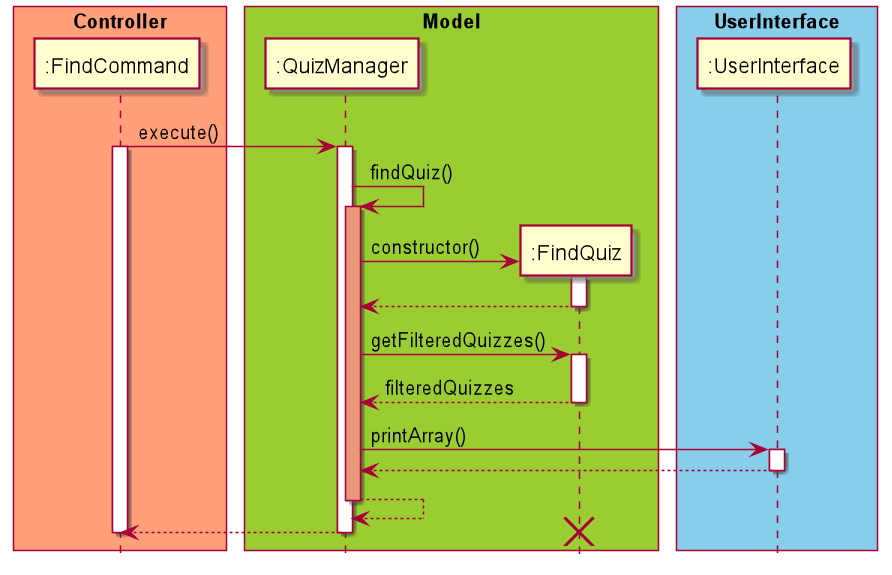
This is docs/diagram/FindQuiz.png from untitle4/tp, a PlantUML export, as it was before one commit.
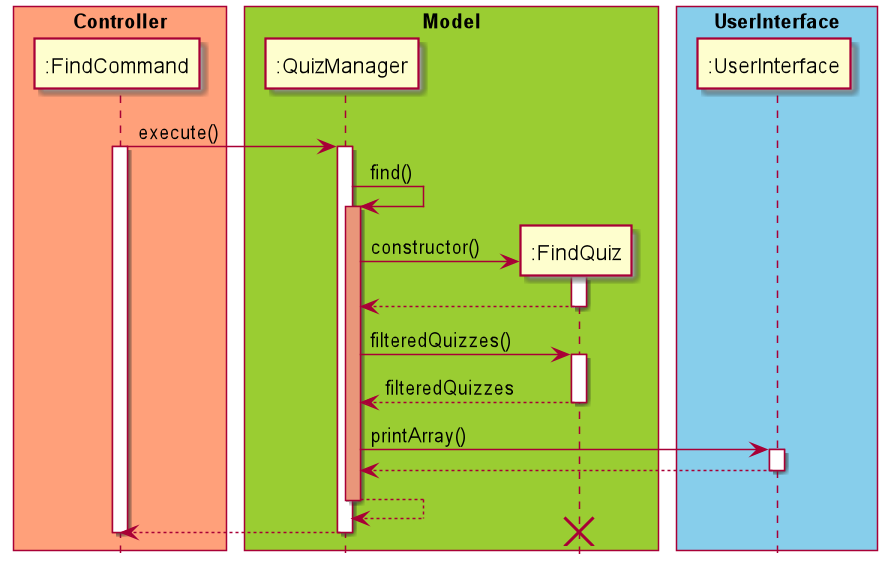
Above is the later version.

Commit message:
Update quiz UML diagrams for DG

What changed in the source:
```diff
@@ -20,13 +20,13 @@
 ":FindCommand" -> ":QuizManager" : execute()
 activate ":FindCommand"
 activate ":QuizManager"
-":QuizManager" -> ":QuizManager" : findQuiz()
+":QuizManager" -> ":QuizManager" : find()
 activate ":QuizManager" #DarkSalmon
 ":QuizManager" -> ":FindQuiz" ** : constructor()
 activate ":FindQuiz"
 ":FindQuiz" --> ":QuizManager"
 deactivate ":FindQuiz"
-":QuizManager" -> ":FindQuiz" : getFilteredQuizzes()
+":QuizManager" -> ":FindQuiz" : filteredQuizzes()
 activate ":FindQuiz"
 ":FindQuiz" --> ":QuizManager" : filteredQuizzes
 deactivate ":FindQuiz"
```
